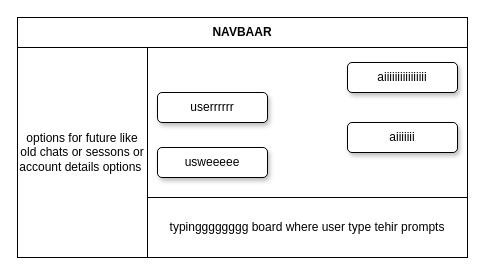
This is .drawio from nishav07/health-checker-Chatbot, a draw.io file, before an edit. Source tidied: cells renumbered, new cells numbered last; positions are measured from the earlier drawing's top-left corner, leaving out a move shared by most shapes. Both pictures are drawn from the tidied source at 100%, with x=0, y=0 at pixel (17, 17).
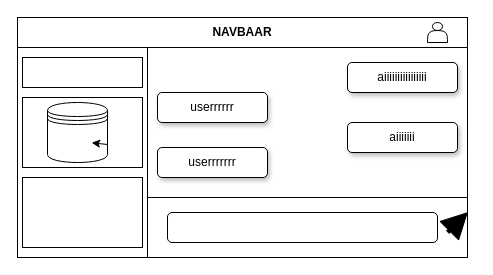
The same diagram, later.

Commit message (it also covers changes not shown here):
adjusting scroll bar

Diff of the diagram source:
```diff
@@
-    <mxCell id="4" value="options for future like old chats or sessons or account details options&amp;nbsp;" style="rounded=0;whiteSpace=wrap;html=1;" parent="1" vertex="1">
+    <mxCell id="4" style="rounded=0;whiteSpace=wrap;html=1;" parent="1" vertex="1">
       <mxGeometry y="30" width="130" height="210" as="geometry" />
     </mxCell>
+    <mxCell id="10" style="edgeStyle=none;html=1;exitX=1;exitY=0.5;exitDx=0;exitDy=0;" parent="1" edge="1" source="5">
+      <mxGeometry relative="1" as="geometry">
+        <mxPoint x="440" y="210.2" as="targetPoint" />
+      </mxGeometry>
+    </mxCell>
-    <mxCell id="5" value="typingggggggg board where user type tehir prompts" style="rounded=0;whiteSpace=wrap;html=1;" parent="1" vertex="1">
+    <mxCell id="5" style="rounded=0;whiteSpace=wrap;html=1;" parent="1" vertex="1">
       <mxGeometry x="130" y="180" width="320" height="60" as="geometry" />
     </mxCell>
-    <mxCell id="6" value="usweeeee" style="rounded=1;whiteSpace=wrap;html=1;shadow=1;" parent="1" vertex="1">
+    <mxCell id="6" value="userrrrrrr" style="rounded=1;whiteSpace=wrap;html=1;shadow=1;" parent="1" vertex="1">
       <mxGeometry x="140" y="130" width="110" height="30" as="geometry" />
     </mxCell>
@@
+    <mxCell id="11" style="rounded=0;whiteSpace=wrap;html=1;" parent="1" vertex="1">
+      <mxGeometry x="5" y="40" width="120" height="30" as="geometry" />
+    </mxCell>
+    <mxCell id="12" style="rounded=0;whiteSpace=wrap;html=1;" parent="1" vertex="1">
+      <mxGeometry x="5" y="80" width="120" height="70" as="geometry" />
+    </mxCell>
+    <mxCell id="13" style="rounded=0;whiteSpace=wrap;html=1;" parent="1" vertex="1">
+      <mxGeometry x="5" y="160" width="120" height="70" as="geometry" />
+    </mxCell>
+    <mxCell id="14" style="rounded=1;whiteSpace=wrap;html=1;" parent="1" vertex="1">
+      <mxGeometry x="150" y="195" width="270" height="30" as="geometry" />
+    </mxCell>
+    <mxCell id="15" style="shape=flexArrow;endArrow=classic;html=1;fillColor=#000000;endWidth=21.5625;endSize=8.087499999999999;width=3.75;" parent="1" edge="1">
+      <mxGeometry relative="1" as="geometry">
+        <mxPoint x="430" y="215" as="sourcePoint" />
+        <mxPoint x="450" y="195" as="targetPoint" />
+      </mxGeometry>
+    </mxCell>
+    <mxCell id="16" style="shape=datastore;whiteSpace=wrap;html=1;" parent="1" vertex="1">
+      <mxGeometry x="30" y="85" width="60" height="60" as="geometry" />
+    </mxCell>
+    <mxCell id="17" style="edgeStyle=none;html=1;exitX=1;exitY=0.7;exitDx=0;exitDy=0;entryX=0.736;entryY=0.671;entryDx=0;entryDy=0;entryPerimeter=0;" parent="1" edge="1" source="16" target="16">
+      <mxGeometry relative="1" as="geometry" />
+    </mxCell>
+    <mxCell id="18" style="shape=actor;whiteSpace=wrap;html=1;" parent="1" vertex="1">
+      <mxGeometry x="410" y="5" width="20" height="20" as="geometry" />
+    </mxCell>
```
